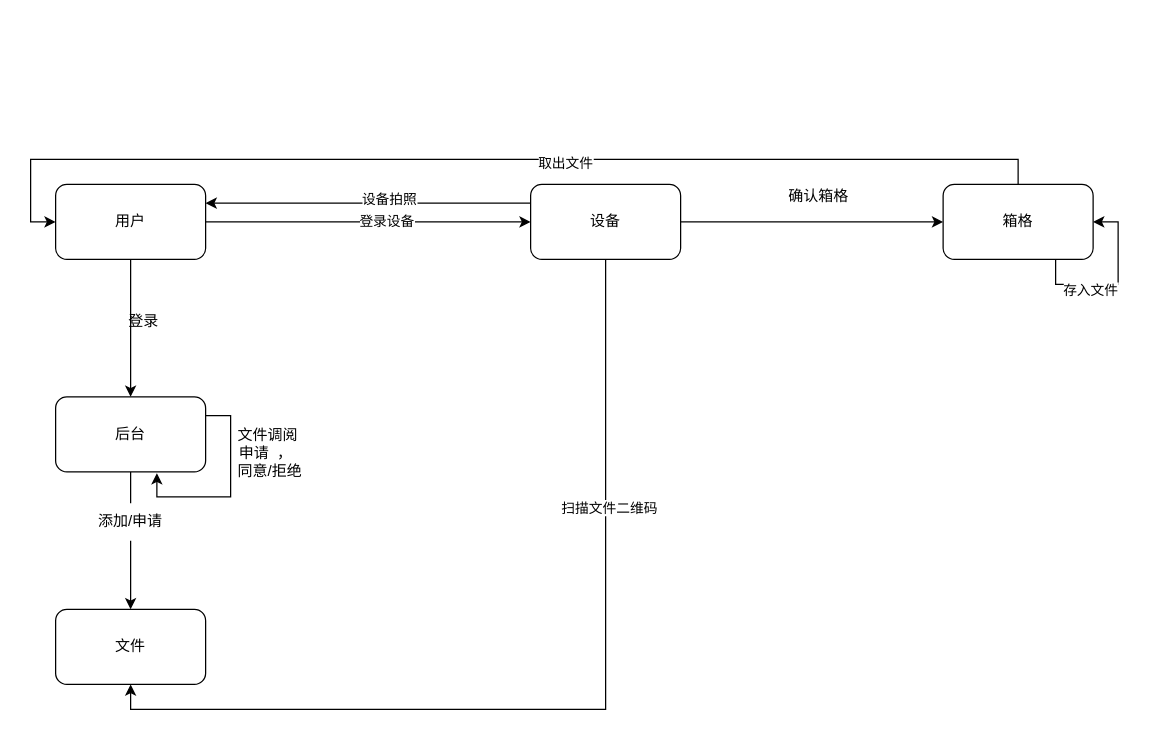
Before: 未命名绘图.drawio in mandarenmanman/apidoc, a draw.io diagram. Source tidied: cells renumbered, new cells numbered last; positions are measured from the earlier drawing's top-left corner, leaving out a move shared by most shapes. Both pictures are drawn from the tidied source at 125%, with x=0, y=0 at pixel (55, 184).
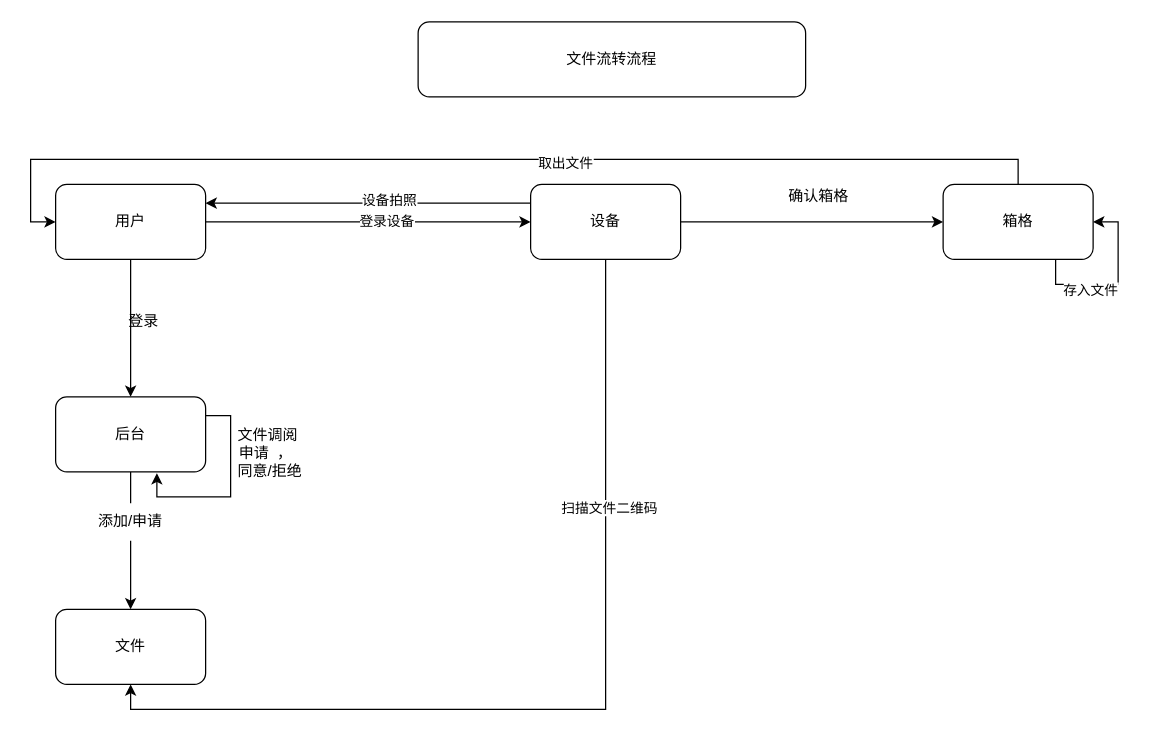
Above is the later version.

Commit message:
更新未命名绘图.drawio

The edit, as a diff of the source:
```diff
@@
+    <mxCell id="26" value="文件流转流程" style="rounded=1;whiteSpace=wrap;html=1;" parent="1" vertex="1">
+      <mxGeometry x="290" y="-130" width="310" height="60" as="geometry" />
+    </mxCell>
```
